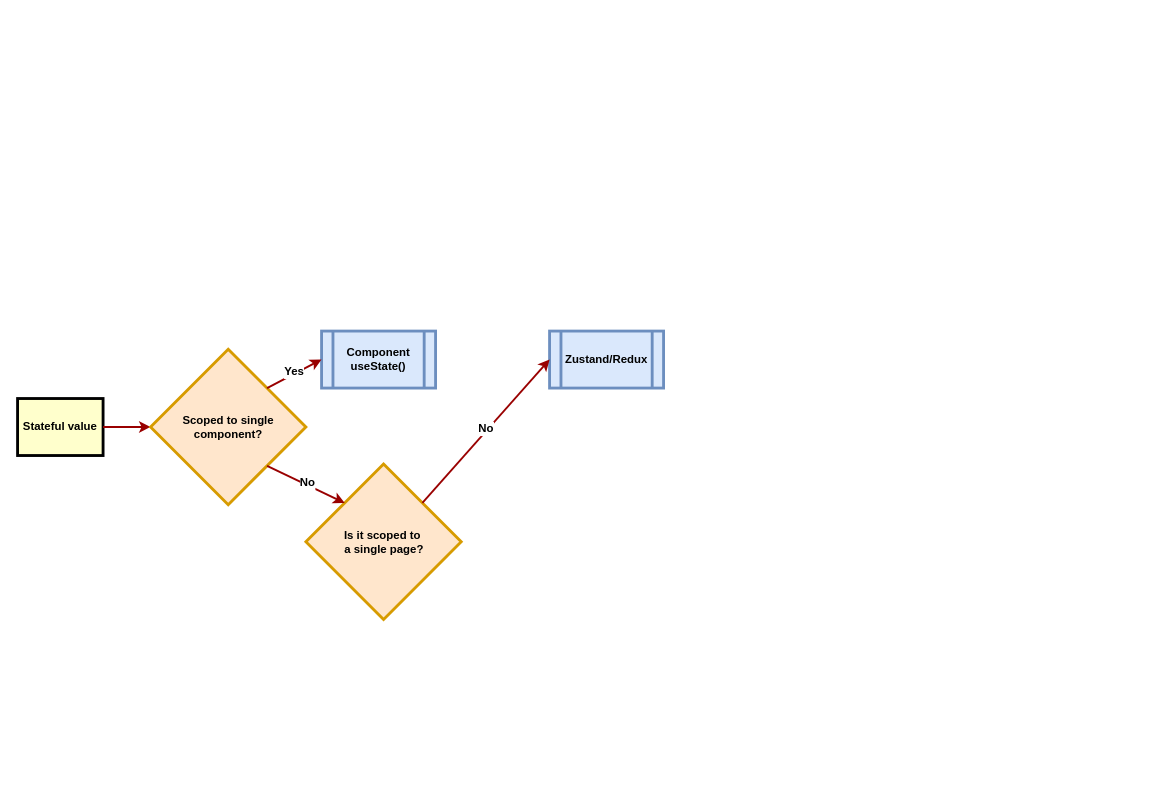
Above: state-management.drawio in learnwithgurpreet/b.learnwithgurpreet.me (draw.io), before the change. Source tidied: cells renumbered, new cells numbered last; positions are measured from the earlier drawing's top-left corner, leaving out a move shared by most shapes. Both pictures are drawn from the tidied source at 95%, with x=0, y=0 at pixel (17, 331).
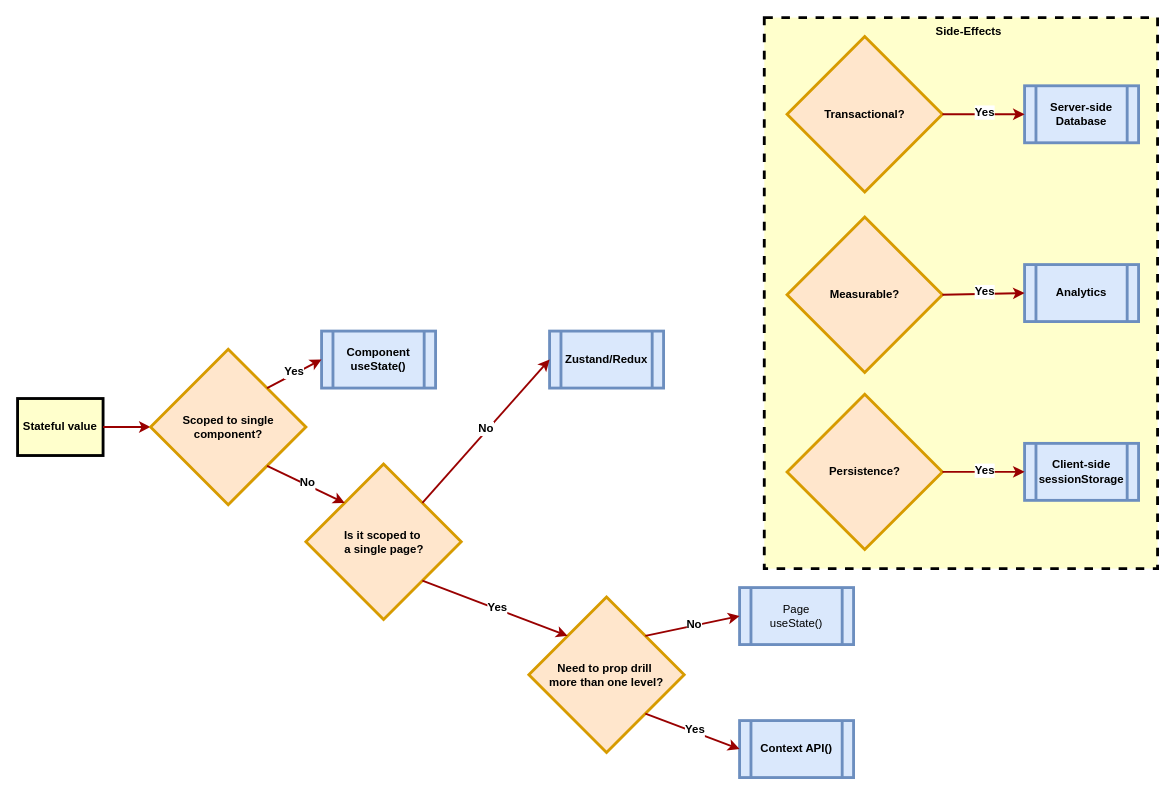
After the change.

The change refers to these unchanged cells:
```xml
<mxCell id="8" value="Is it scoped to&amp;nbsp;&lt;div&gt;a single page?&lt;/div&gt;" style="rhombus;whiteSpace=wrap;html=1;strokeColor=#d79b00;strokeWidth=3;align=center;verticalAlign=middle;fontFamily=Helvetica;fontSize=12;fontStyle=1;fillColor=#ffe6cc;" parent="1" vertex="1">
  <mxGeometry x="303.5" y="140" width="163.5" height="163.5" as="geometry" />
</mxCell>
```

The edit, as a diff of the source:
```diff
@@
+    <mxCell id="14" value="Need to prop drill&amp;nbsp;&lt;div&gt;more than one level?&lt;/div&gt;" style="rhombus;whiteSpace=wrap;html=1;strokeColor=#d79b00;strokeWidth=3;align=center;verticalAlign=middle;fontFamily=Helvetica;fontSize=12;fontStyle=1;fillColor=#ffe6cc;" parent="1" vertex="1">
+      <mxGeometry x="538.2" y="280" width="163.5" height="163.5" as="geometry" />
+    </mxCell>
+    <mxCell id="15" style="edgeStyle=none;noEdgeStyle=1;strokeColor=#990000;strokeWidth=2;exitX=1;exitY=1;exitDx=0;exitDy=0;entryX=0;entryY=0;entryDx=0;entryDy=0;" parent="1" edge="1" source="8" target="14">
+      <mxGeometry relative="1" as="geometry" />
+    </mxCell>
+    <mxCell id="16" value="Yes" style="edgeLabel;html=1;align=center;verticalAlign=middle;strokeColor=default;strokeWidth=3;fontFamily=Helvetica;fontSize=12;fontColor=default;fontStyle=1;fillColor=#FFFFCC;" parent="15" vertex="1">
+      <mxGeometry x="0.02" y="2" relative="1" as="geometry" />
+    </mxCell>
+    <mxCell id="17" value="Page&lt;div&gt;useState()&lt;/div&gt;" style="shape=process;whiteSpace=wrap;html=1;backgroundOutline=1;strokeColor=#6c8ebf;strokeWidth=3;align=center;verticalAlign=middle;fontFamily=Helvetica;fontSize=12;fontStyle=0;fillColor=#dae8fc;" parent="1" vertex="1">
+      <mxGeometry x="760" y="270" width="120" height="60" as="geometry" />
+    </mxCell>
+    <mxCell id="18" value="Context API()" style="shape=process;whiteSpace=wrap;html=1;backgroundOutline=1;strokeColor=#6c8ebf;strokeWidth=3;align=center;verticalAlign=middle;fontFamily=Helvetica;fontSize=12;fontStyle=1;fillColor=#dae8fc;" parent="1" vertex="1">
+      <mxGeometry x="760" y="410" width="120" height="60" as="geometry" />
+    </mxCell>
+    <mxCell id="19" style="edgeStyle=none;noEdgeStyle=1;strokeColor=#990000;strokeWidth=2;exitX=1;exitY=1;exitDx=0;exitDy=0;entryX=0;entryY=0.5;entryDx=0;entryDy=0;" parent="1" edge="1" source="14" target="18">
+      <mxGeometry relative="1" as="geometry" />
+    </mxCell>
+    <mxCell id="20" value="Yes" style="edgeLabel;html=1;align=center;verticalAlign=middle;strokeColor=default;strokeWidth=3;fontFamily=Helvetica;fontSize=12;fontColor=default;fontStyle=1;fillColor=#FFFFCC;" parent="19" vertex="1">
+      <mxGeometry x="0.02" y="2" relative="1" as="geometry" />
+    </mxCell>
+    <mxCell id="21" style="edgeStyle=none;noEdgeStyle=1;strokeColor=#990000;strokeWidth=2;exitX=1;exitY=0;exitDx=0;exitDy=0;entryX=0;entryY=0.5;entryDx=0;entryDy=0;" parent="1" edge="1" source="14" target="17">
+      <mxGeometry relative="1" as="geometry" />
+    </mxCell>
+    <mxCell id="22" value="No" style="edgeLabel;html=1;align=center;verticalAlign=middle;strokeColor=default;strokeWidth=3;fontFamily=Helvetica;fontSize=12;fontColor=default;fontStyle=1;fillColor=#FFFFCC;" parent="21" vertex="1">
+      <mxGeometry x="0.02" y="2" relative="1" as="geometry" />
+    </mxCell>
+    <mxCell id="23" style="rounded=0;whiteSpace=wrap;html=1;strokeColor=default;strokeWidth=3;align=center;verticalAlign=middle;fontFamily=Helvetica;fontSize=12;fontColor=default;fontStyle=1;fillColor=#FFFFCC;dashed=1;" parent="1" vertex="1">
+      <mxGeometry x="786" y="-330" width="414" height="580" as="geometry" />
+    </mxCell>
+    <mxCell id="24" value="Transactional?" style="rhombus;whiteSpace=wrap;html=1;strokeColor=#d79b00;strokeWidth=3;align=center;verticalAlign=middle;fontFamily=Helvetica;fontSize=12;fontStyle=1;fillColor=#ffe6cc;" parent="1" vertex="1">
+      <mxGeometry x="810" y="-310" width="163.5" height="163.5" as="geometry" />
+    </mxCell>
+    <mxCell id="25" value="Measurable?" style="rhombus;whiteSpace=wrap;html=1;strokeColor=#d79b00;strokeWidth=3;align=center;verticalAlign=middle;fontFamily=Helvetica;fontSize=12;fontStyle=1;fillColor=#ffe6cc;" parent="1" vertex="1">
+      <mxGeometry x="810" y="-120" width="163.5" height="163.5" as="geometry" />
+    </mxCell>
+    <mxCell id="26" value="Persistence?" style="rhombus;whiteSpace=wrap;html=1;strokeColor=#d79b00;strokeWidth=3;align=center;verticalAlign=middle;fontFamily=Helvetica;fontSize=12;fontStyle=1;fillColor=#ffe6cc;" parent="1" vertex="1">
+      <mxGeometry x="810" y="66.5" width="163.5" height="163.5" as="geometry" />
+    </mxCell>
+    <mxCell id="27" value="Server-side&lt;div&gt;Database&lt;/div&gt;" style="shape=process;whiteSpace=wrap;html=1;backgroundOutline=1;strokeColor=#6c8ebf;strokeWidth=3;align=center;verticalAlign=middle;fontFamily=Helvetica;fontSize=12;fontStyle=1;fillColor=#dae8fc;" parent="1" vertex="1">
+      <mxGeometry x="1060" y="-258.2" width="120" height="60" as="geometry" />
+    </mxCell>
+    <mxCell id="28" value="Analytics" style="shape=process;whiteSpace=wrap;html=1;backgroundOutline=1;strokeColor=#6c8ebf;strokeWidth=3;align=center;verticalAlign=middle;fontFamily=Helvetica;fontSize=12;fontStyle=1;fillColor=#dae8fc;" parent="1" vertex="1">
+      <mxGeometry x="1060" y="-70" width="120" height="60" as="geometry" />
+    </mxCell>
+    <mxCell id="29" value="Client-side&lt;div&gt;sessionStorage&lt;/div&gt;" style="shape=process;whiteSpace=wrap;html=1;backgroundOutline=1;strokeColor=#6c8ebf;strokeWidth=3;align=center;verticalAlign=middle;fontFamily=Helvetica;fontSize=12;fontStyle=1;fillColor=#dae8fc;" parent="1" vertex="1">
+      <mxGeometry x="1060" y="118.2" width="120" height="60" as="geometry" />
+    </mxCell>
+    <mxCell id="30" style="edgeStyle=none;noEdgeStyle=1;strokeColor=#990000;strokeWidth=2;exitX=1;exitY=0.5;exitDx=0;exitDy=0;entryX=0;entryY=0.5;entryDx=0;entryDy=0;" parent="1" edge="1" source="24" target="27">
+      <mxGeometry relative="1" as="geometry" />
+    </mxCell>
+    <mxCell id="31" value="Yes" style="edgeLabel;html=1;align=center;verticalAlign=middle;strokeColor=default;strokeWidth=3;fontFamily=Helvetica;fontSize=12;fontColor=default;fontStyle=1;fillColor=#FFFFCC;" parent="30" vertex="1">
+      <mxGeometry x="0.02" y="2" relative="1" as="geometry" />
+    </mxCell>
+    <mxCell id="32" style="edgeStyle=none;noEdgeStyle=1;strokeColor=#990000;strokeWidth=2;exitX=1;exitY=0.5;exitDx=0;exitDy=0;entryX=0;entryY=0.5;entryDx=0;entryDy=0;" parent="1" edge="1" source="25" target="28">
+      <mxGeometry relative="1" as="geometry" />
+    </mxCell>
+    <mxCell id="33" value="Yes" style="edgeLabel;html=1;align=center;verticalAlign=middle;strokeColor=default;strokeWidth=3;fontFamily=Helvetica;fontSize=12;fontColor=default;fontStyle=1;fillColor=#FFFFCC;" parent="32" vertex="1">
+      <mxGeometry x="0.02" y="2" relative="1" as="geometry" />
+    </mxCell>
+    <mxCell id="34" style="edgeStyle=none;noEdgeStyle=1;strokeColor=#990000;strokeWidth=2;exitX=1;exitY=0.5;exitDx=0;exitDy=0;entryX=0;entryY=0.5;entryDx=0;entryDy=0;" parent="1" edge="1" source="26" target="29">
+      <mxGeometry relative="1" as="geometry" />
+    </mxCell>
+    <mxCell id="35" value="Yes" style="edgeLabel;html=1;align=center;verticalAlign=middle;strokeColor=default;strokeWidth=3;fontFamily=Helvetica;fontSize=12;fontColor=default;fontStyle=1;fillColor=#FFFFCC;" parent="34" vertex="1">
+      <mxGeometry x="0.02" y="2" relative="1" as="geometry" />
+    </mxCell>
+    <mxCell id="36" value="Side-Effects" style="text;html=1;align=center;verticalAlign=middle;whiteSpace=wrap;rounded=0;fontFamily=Helvetica;fontSize=12;fontColor=default;fontStyle=1;" parent="1" vertex="1">
+      <mxGeometry x="963" y="-330" width="77" height="30" as="geometry" />
+    </mxCell>
```
